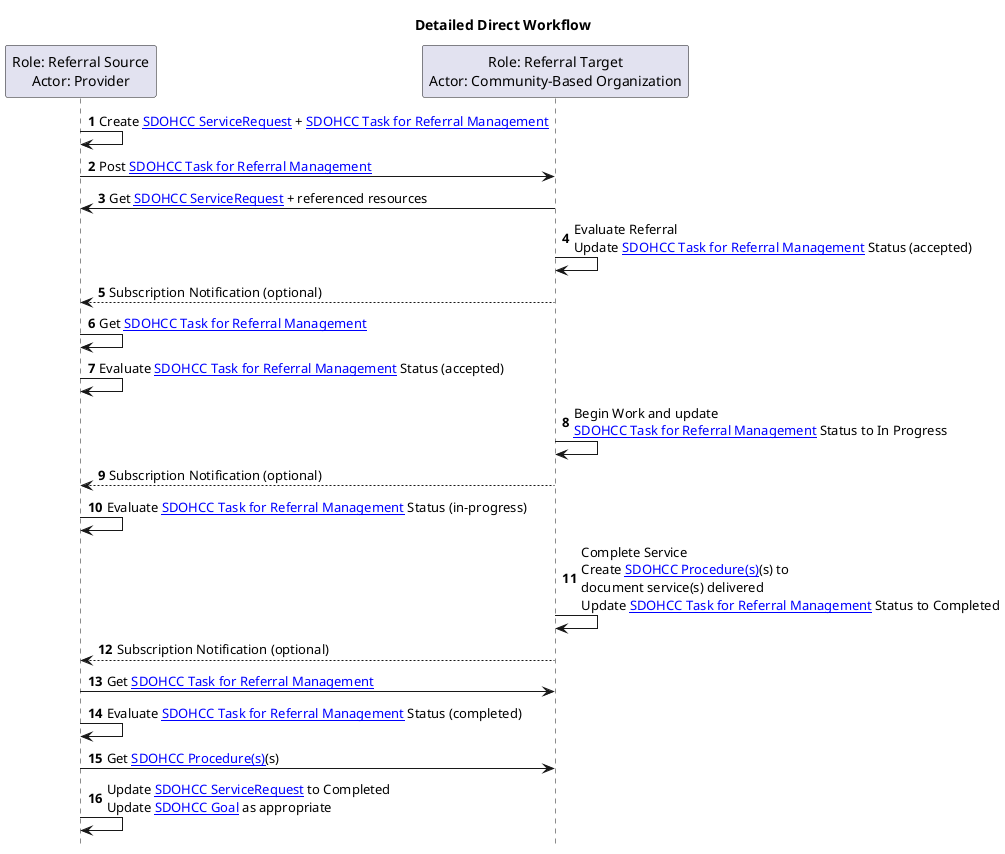
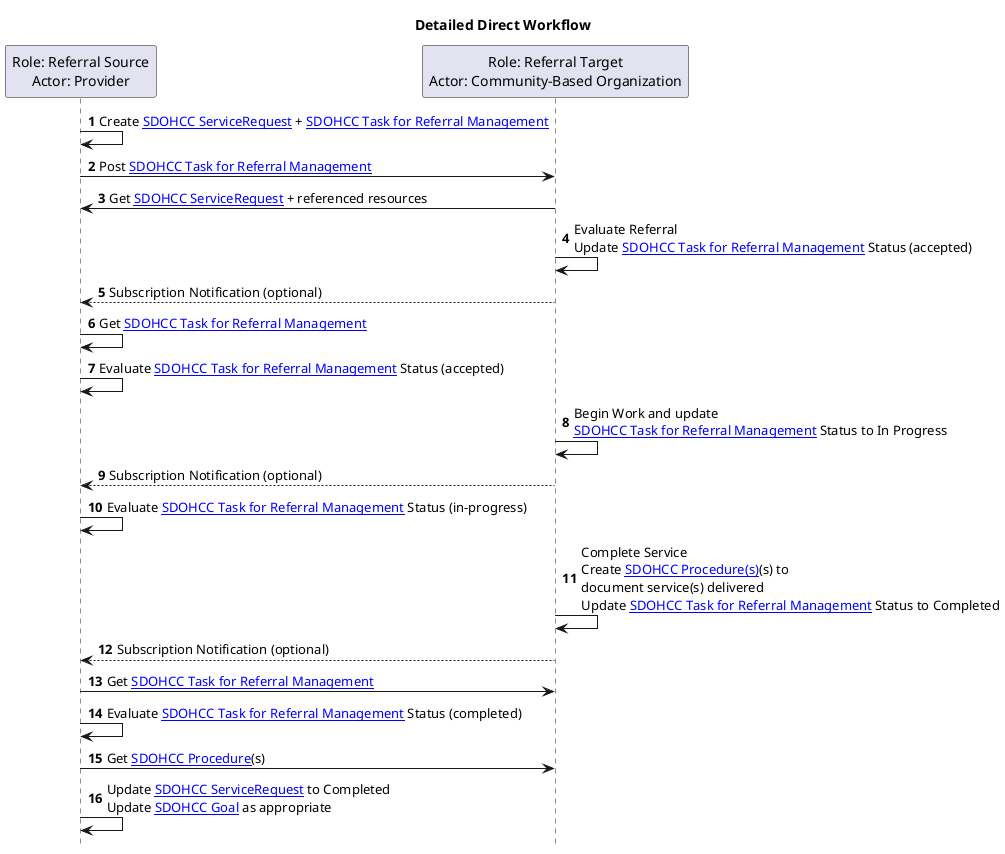
@startuml
/'!theme bluegray'/
title Detailed Direct Workflow

participant "Role: Referral Source\nActor: Provider" as A
participant "Role: Referral Target\nActor: Community-Based Organization" as B

autonumber
A -> A : Create [[StructureDefinition-SDOHCC-ServiceRequest.html SDOHCC ServiceRequest]] + [[StructureDefinition-SDOHCC-TaskForReferralManagement.html SDOHCC Task for Referral Management]]
A -> B : Post [[StructureDefinition-SDOHCC-TaskForReferralManagement.html SDOHCC Task for Referral Management]]

B -> A : Get [[StructureDefinition-SDOHCC-ServiceRequest.html SDOHCC ServiceRequest]] + referenced resources
B -> B : Evaluate Referral\nUpdate [[StructureDefinition-SDOHCC-TaskForReferralManagement.html SDOHCC Task for Referral Management]] Status (accepted)
B --> A : Subscription Notification (optional)
A -> A : Get [[StructureDefinition-SDOHCC-TaskForReferralManagement.html SDOHCC Task for Referral Management]]
A -> A : Evaluate [[StructureDefinition-SDOHCC-TaskForReferralManagement.html SDOHCC Task for Referral Management]] Status (accepted)
B -> B : Begin Work and update\n[[StructureDefinition-SDOHCC-TaskForReferralManagement.html SDOHCC Task for Referral Management]] Status to In Progress
B --> A : Subscription Notification (optional)
A -> A : Evaluate [[StructureDefinition-SDOHCC-TaskForReferralManagement.html SDOHCC Task for Referral Management]] Status (in-progress)
B -> B : Complete Service\nCreate [[StructureDefinition-SDOHCC-Procedure.html SDOHCC Procedure(s)]](s) to\ndocument service(s) delivered\nUpdate [[StructureDefinition-SDOHCC-TaskForReferralManagement.html SDOHCC Task for Referral Management]] Status to Completed
B --> A : Subscription Notification (optional)
A -> B : Get [[StructureDefinition-SDOHCC-TaskForReferralManagement.html SDOHCC Task for Referral Management]]
A -> A : Evaluate [[StructureDefinition-SDOHCC-TaskForReferralManagement.html SDOHCC Task for Referral Management]] Status (completed)
- A -> B : Get [[StructureDefinition-SDOHCC-Procedure.html SDOHCC Procedure(s)]](s)
+ A -> B : Get [[StructureDefinition-SDOHCC-Procedure.html SDOHCC Procedure]](s)
A -> A : Update [[StructureDefinition-SDOHCC-ServiceRequest.html SDOHCC ServiceRequest]] to Completed\nUpdate [[StructureDefinition-SDOHCC-Goal.html SDOHCC Goal]] as appropriate
hide footbox
@enduml